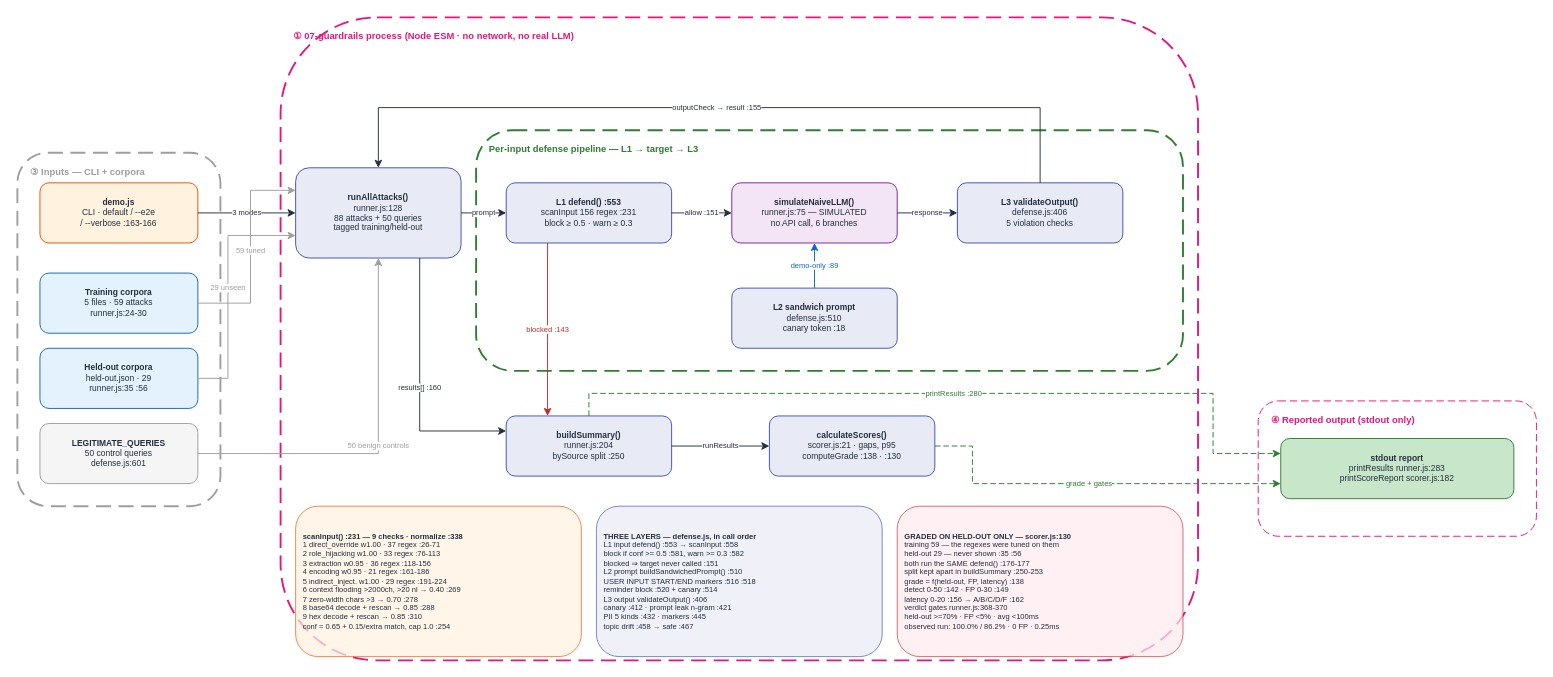
This is docs/diagrams/guardrails_v1/HOA_Guardrails_v1.drawio from gmaheshraju/Hands-on-AgenticAI, a draw.io file, before an edit. Source tidied: cells renumbered, new cells numbered last; positions are measured from the earlier drawing's top-left corner, leaving out a move shared by most shapes. Both pictures are drawn from the tidied source at 94%, with x=0, y=0 at pixel (17, 17).
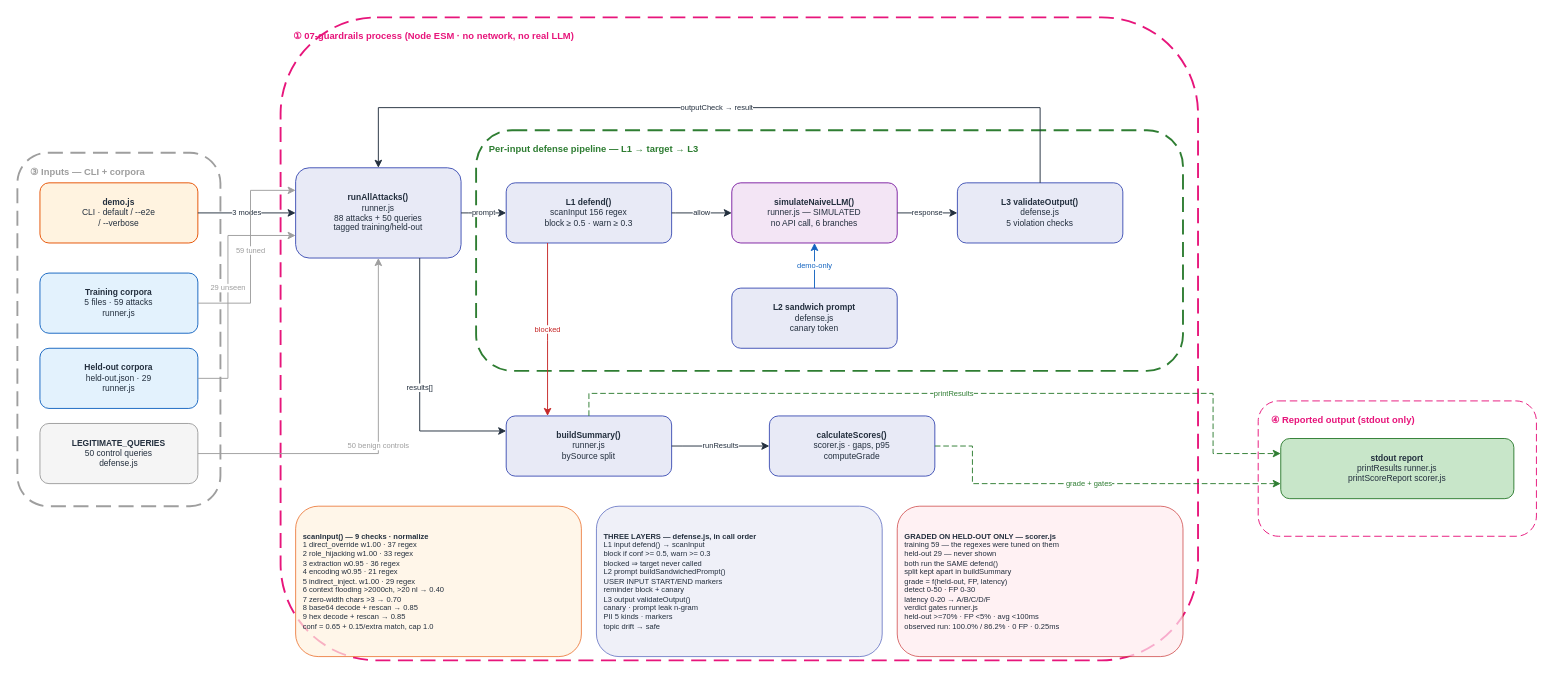
The same diagram, later.

What changed in the source:
```diff
@@
-    <mxCell id="10" value="&lt;b&gt;demo.js&lt;/b&gt;&lt;br&gt;CLI · default / --e2e&lt;br&gt;/ --verbose :163-166" style="rounded=1;fillColor=#FFF3E0;strokeColor=#E65100;fontSize=9;fontColor=#232F3E;html=1;whiteSpace=wrap;align=center;" parent="1" vertex="1">
+    <mxCell id="10" value="&lt;b&gt;demo.js&lt;/b&gt;&lt;br&gt;CLI · default / --e2e&lt;br&gt;/ --verbose" style="rounded=1;fillColor=#FFF3E0;strokeColor=#E65100;fontSize=9;fontColor=#232F3E;html=1;whiteSpace=wrap;align=center;" parent="1" vertex="1">
       <mxGeometry x="24" y="176" width="168" height="64" as="geometry" />
     </mxCell>
-    <mxCell id="11" value="&lt;b&gt;Training corpora&lt;/b&gt;&lt;br&gt;5 files · 59 attacks&lt;br&gt;runner.js:24-30" style="rounded=1;fillColor=#E3F2FD;strokeColor=#1565C0;fontSize=9;fontColor=#232F3E;html=1;whiteSpace=wrap;align=center;" parent="1" vertex="1">
+    <mxCell id="11" value="&lt;b&gt;Training corpora&lt;/b&gt;&lt;br&gt;5 files · 59 attacks&lt;br&gt;runner.js" style="rounded=1;fillColor=#E3F2FD;strokeColor=#1565C0;fontSize=9;fontColor=#232F3E;html=1;whiteSpace=wrap;align=center;" parent="1" vertex="1">
       <mxGeometry x="24" y="272" width="168" height="64" as="geometry" />
     </mxCell>
-    <mxCell id="12" value="&lt;b&gt;Held-out corpora&lt;/b&gt;&lt;br&gt;held-out.json · 29&lt;br&gt;runner.js:35 :56" style="rounded=1;fillColor=#E3F2FD;strokeColor=#1565C0;fontSize=9;fontColor=#232F3E;html=1;whiteSpace=wrap;align=center;" parent="1" vertex="1">
+    <mxCell id="12" value="&lt;b&gt;Held-out corpora&lt;/b&gt;&lt;br&gt;held-out.json · 29&lt;br&gt;runner.js" style="rounded=1;fillColor=#E3F2FD;strokeColor=#1565C0;fontSize=9;fontColor=#232F3E;html=1;whiteSpace=wrap;align=center;" parent="1" vertex="1">
       <mxGeometry x="24" y="352" width="168" height="64" as="geometry" />
     </mxCell>
-    <mxCell id="13" value="&lt;b&gt;LEGITIMATE_QUERIES&lt;/b&gt;&lt;br&gt;50 control queries&lt;br&gt;defense.js:601" style="rounded=1;fillColor=#F5F5F5;strokeColor=#9E9E9E;fontSize=9;fontColor=#232F3E;html=1;whiteSpace=wrap;align=center;" parent="1" vertex="1">
+    <mxCell id="13" value="&lt;b&gt;LEGITIMATE_QUERIES&lt;/b&gt;&lt;br&gt;50 control queries&lt;br&gt;defense.js" style="rounded=1;fillColor=#F5F5F5;strokeColor=#9E9E9E;fontSize=9;fontColor=#232F3E;html=1;whiteSpace=wrap;align=center;" parent="1" vertex="1">
       <mxGeometry x="24" y="432" width="168" height="64" as="geometry" />
     </mxCell>
-    <mxCell id="14" value="&lt;b&gt;runAllAttacks()&lt;/b&gt;&lt;br&gt;runner.js:128&lt;br&gt;88 attacks + 50 queries&lt;br&gt;tagged training/held-out" style="rounded=1;fillColor=#E8EAF6;strokeColor=#3F51B5;fontSize=9;fontColor=#232F3E;html=1;whiteSpace=wrap;align=center;" parent="1" vertex="1">
+    <mxCell id="14" value="&lt;b&gt;runAllAttacks()&lt;/b&gt;&lt;br&gt;runner.js&lt;br&gt;88 attacks + 50 queries&lt;br&gt;tagged training/held-out" style="rounded=1;fillColor=#E8EAF6;strokeColor=#3F51B5;fontSize=9;fontColor=#232F3E;html=1;whiteSpace=wrap;align=center;" parent="1" vertex="1">
       <mxGeometry x="296" y="160" width="176" height="96" as="geometry" />
     </mxCell>
-    <mxCell id="15" value="&lt;b&gt;L1 defend() :553&lt;/b&gt;&lt;br&gt;scanInput 156 regex :231&lt;br&gt;block ≥ 0.5 · warn ≥ 0.3" style="rounded=1;fillColor=#E8EAF6;strokeColor=#3F51B5;fontSize=9;fontColor=#232F3E;html=1;whiteSpace=wrap;align=center;" parent="1" vertex="1">
+    <mxCell id="15" value="&lt;b&gt;L1 defend()&lt;/b&gt;&lt;br&gt;scanInput 156 regex&lt;br&gt;block ≥ 0.5 · warn ≥ 0.3" style="rounded=1;fillColor=#E8EAF6;strokeColor=#3F51B5;fontSize=9;fontColor=#232F3E;html=1;whiteSpace=wrap;align=center;" parent="1" vertex="1">
       <mxGeometry x="520" y="176" width="176" height="64" as="geometry" />
     </mxCell>
-    <mxCell id="16" value="&lt;b&gt;simulateNaiveLLM()&lt;/b&gt;&lt;br&gt;runner.js:75 — SIMULATED&lt;br&gt;no API call, 6 branches" style="rounded=1;fillColor=#F3E5F5;strokeColor=#7B1FA2;fontSize=9;fontColor=#232F3E;html=1;whiteSpace=wrap;align=center;" parent="1" vertex="1">
+    <mxCell id="16" value="&lt;b&gt;simulateNaiveLLM()&lt;/b&gt;&lt;br&gt;runner.js — SIMULATED&lt;br&gt;no API call, 6 branches" style="rounded=1;fillColor=#F3E5F5;strokeColor=#7B1FA2;fontSize=9;fontColor=#232F3E;html=1;whiteSpace=wrap;align=center;" parent="1" vertex="1">
       <mxGeometry x="760" y="176" width="176" height="64" as="geometry" />
     </mxCell>
-    <mxCell id="17" value="&lt;b&gt;L3 validateOutput()&lt;/b&gt;&lt;br&gt;defense.js:406&lt;br&gt;5 violation checks" style="rounded=1;fillColor=#E8EAF6;strokeColor=#3F51B5;fontSize=9;fontColor=#232F3E;html=1;whiteSpace=wrap;align=center;" parent="1" vertex="1">
+    <mxCell id="17" value="&lt;b&gt;L3 validateOutput()&lt;/b&gt;&lt;br&gt;defense.js&lt;br&gt;5 violation checks" style="rounded=1;fillColor=#E8EAF6;strokeColor=#3F51B5;fontSize=9;fontColor=#232F3E;html=1;whiteSpace=wrap;align=center;" parent="1" vertex="1">
       <mxGeometry x="1000" y="176" width="176" height="64" as="geometry" />
     </mxCell>
-    <mxCell id="18" value="&lt;b&gt;L2 sandwich prompt&lt;/b&gt;&lt;br&gt;defense.js:510&lt;br&gt;canary token :18" style="rounded=1;fillColor=#E8EAF6;strokeColor=#3F51B5;fontSize=9;fontColor=#232F3E;html=1;whiteSpace=wrap;align=center;" parent="1" vertex="1">
+    <mxCell id="18" value="&lt;b&gt;L2 sandwich prompt&lt;/b&gt;&lt;br&gt;defense.js&lt;br&gt;canary token" style="rounded=1;fillColor=#E8EAF6;strokeColor=#3F51B5;fontSize=9;fontColor=#232F3E;html=1;whiteSpace=wrap;align=center;" parent="1" vertex="1">
       <mxGeometry x="760" y="288" width="176" height="64" as="geometry" />
     </mxCell>
-    <mxCell id="19" value="&lt;b&gt;buildSummary()&lt;/b&gt;&lt;br&gt;runner.js:204&lt;br&gt;bySource split :250" style="rounded=1;fillColor=#E8EAF6;strokeColor=#3F51B5;fontSize=9;fontColor=#232F3E;html=1;whiteSpace=wrap;align=center;" parent="1" vertex="1">
+    <mxCell id="19" value="&lt;b&gt;buildSummary()&lt;/b&gt;&lt;br&gt;runner.js&lt;br&gt;bySource split" style="rounded=1;fillColor=#E8EAF6;strokeColor=#3F51B5;fontSize=9;fontColor=#232F3E;html=1;whiteSpace=wrap;align=center;" parent="1" vertex="1">
       <mxGeometry x="520" y="424" width="176" height="64" as="geometry" />
     </mxCell>
-    <mxCell id="20" value="&lt;b&gt;calculateScores()&lt;/b&gt;&lt;br&gt;scorer.js:21 · gaps, p95&lt;br&gt;computeGrade :138 · :130" style="rounded=1;fillColor=#E8EAF6;strokeColor=#3F51B5;fontSize=9;fontColor=#232F3E;html=1;whiteSpace=wrap;align=center;" parent="1" vertex="1">
+    <mxCell id="20" value="&lt;b&gt;calculateScores()&lt;/b&gt;&lt;br&gt;scorer.js · gaps, p95&lt;br&gt;computeGrade" style="rounded=1;fillColor=#E8EAF6;strokeColor=#3F51B5;fontSize=9;fontColor=#232F3E;html=1;whiteSpace=wrap;align=center;" parent="1" vertex="1">
       <mxGeometry x="800" y="424" width="176" height="64" as="geometry" />
     </mxCell>
-    <mxCell id="21" value="&lt;b&gt;stdout report&lt;/b&gt;&lt;br&gt;printResults runner.js:283&lt;br&gt;printScoreReport scorer.js:182" style="rounded=1;fillColor=#C8E6C9;strokeColor=#2E7D32;fontSize=9;fontColor=#232F3E;html=1;whiteSpace=wrap;align=center;" parent="1" vertex="1">
+    <mxCell id="21" value="&lt;b&gt;stdout report&lt;/b&gt;&lt;br&gt;printResults runner.js&lt;br&gt;printScoreReport scorer.js" style="rounded=1;fillColor=#C8E6C9;strokeColor=#2E7D32;fontSize=9;fontColor=#232F3E;html=1;whiteSpace=wrap;align=center;" parent="1" vertex="1">
       <mxGeometry x="1344" y="448" width="248" height="64" as="geometry" />
     </mxCell>
-    <mxCell id="22" value="&lt;b&gt;scanInput() :231 — 9 checks · normalize :338&lt;/b&gt;&lt;br&gt;1 direct_override  w1.00 · 37 regex :26-71&lt;br&gt;2 role_hijacking   w1.00 · 33 regex :76-113&lt;br&gt;3 extraction       w0.95 · 36 regex :118-156&lt;br&gt;4 encoding         w0.95 · 21 regex :161-186&lt;br&gt;5 indirect_inject. w1.00 · 29 regex :191-224&lt;br&gt;6 context flooding &amp;gt;2000ch, &amp;gt;20 nl → 0.40 :269&lt;br&gt;7 zero-width chars &amp;gt;3 → 0.70 :278&lt;br&gt;8 base64 decode + rescan → 0.85 :288&lt;br&gt;9 hex decode + rescan → 0.85 :310&lt;br&gt;conf = 0.65 + 0.15/extra match, cap 1.0 :254" style="rounded=1;fillColor=#FFF3E0;strokeColor=#E65100;fontSize=8;fontColor=#232F3E;html=1;whiteSpace=wrap;align=left;spacingLeft=6;opacity=70;" parent="1" vertex="1">
+    <mxCell id="22" value="&lt;b&gt;scanInput() — 9 checks · normalize&lt;/b&gt;&lt;br&gt;1 direct_override w1.00 · 37 regex&lt;br&gt;2 role_hijacking w1.00 · 33 regex&lt;br&gt;3 extraction w0.95 · 36 regex&lt;br&gt;4 encoding w0.95 · 21 regex&lt;br&gt;5 indirect_inject. w1.00 · 29 regex&lt;br&gt;6 context flooding &amp;gt;2000ch, &amp;gt;20 nl → 0.40&lt;br&gt;7 zero-width chars &amp;gt;3 → 0.70&lt;br&gt;8 base64 decode + rescan → 0.85&lt;br&gt;9 hex decode + rescan → 0.85&lt;br&gt;conf = 0.65 + 0.15/extra match, cap 1.0" style="rounded=1;fillColor=#FFF3E0;strokeColor=#E65100;fontSize=8;fontColor=#232F3E;html=1;whiteSpace=wrap;align=left;spacingLeft=6;opacity=70;" parent="1" vertex="1">
       <mxGeometry x="296" y="520" width="304" height="160" as="geometry" />
     </mxCell>
-    <mxCell id="23" value="&lt;b&gt;THREE LAYERS — defense.js, in call order&lt;/b&gt;&lt;br&gt;L1 input   defend() :553 → scanInput :558&lt;br&gt;   block if conf &amp;gt;= 0.5 :581, warn &amp;gt;= 0.3 :582&lt;br&gt;   blocked ⇒ target never called :151&lt;br&gt;L2 prompt  buildSandwichedPrompt() :510&lt;br&gt;   USER INPUT START/END markers :516 :518&lt;br&gt;   reminder block :520 + canary :514&lt;br&gt;L3 output  validateOutput() :406&lt;br&gt;   canary :412 · prompt leak n-gram :421&lt;br&gt;   PII 5 kinds :432 · markers :445&lt;br&gt;   topic drift :458 → safe :467" style="rounded=1;fillColor=#E8EAF6;strokeColor=#3F51B5;fontSize=8;fontColor=#232F3E;html=1;whiteSpace=wrap;align=left;spacingLeft=6;opacity=70;" parent="1" vertex="1">
+    <mxCell id="23" value="&lt;b&gt;THREE LAYERS — defense.js, in call order&lt;/b&gt;&lt;br&gt;L1 input defend() → scanInput&lt;br&gt; block if conf &amp;gt;= 0.5, warn &amp;gt;= 0.3&lt;br&gt; blocked ⇒ target never called&lt;br&gt;L2 prompt buildSandwichedPrompt()&lt;br&gt; USER INPUT START/END markers&lt;br&gt; reminder block + canary&lt;br&gt;L3 output validateOutput()&lt;br&gt; canary · prompt leak n-gram&lt;br&gt; PII 5 kinds · markers&lt;br&gt; topic drift → safe" style="rounded=1;fillColor=#E8EAF6;strokeColor=#3F51B5;fontSize=8;fontColor=#232F3E;html=1;whiteSpace=wrap;align=left;spacingLeft=6;opacity=70;" parent="1" vertex="1">
       <mxGeometry x="616" y="520" width="304" height="160" as="geometry" />
     </mxCell>
-    <mxCell id="24" value="&lt;b&gt;GRADED ON HELD-OUT ONLY — scorer.js:130&lt;/b&gt;&lt;br&gt;training 59 — the regexes were tuned on them&lt;br&gt;held-out  29 — never shown :35 :56&lt;br&gt;both run the SAME defend() :176-177&lt;br&gt;split kept apart in buildSummary :250-253&lt;br&gt;grade = f(held-out, FP, latency) :138&lt;br&gt;  detect 0-50 :142 · FP 0-30 :149&lt;br&gt;  latency 0-20 :156 → A/B/C/D/F :162&lt;br&gt;verdict gates runner.js:368-370&lt;br&gt;  held-out &amp;gt;=70% · FP &amp;lt;5% · avg &amp;lt;100ms&lt;br&gt;observed run: 100.0% / 86.2% · 0 FP · 0.25ms" style="rounded=1;fillColor=#FFEBEE;strokeColor=#C62828;fontSize=8;fontColor=#232F3E;html=1;whiteSpace=wrap;align=left;spacingLeft=6;opacity=70;" parent="1" vertex="1">
+    <mxCell id="24" value="&lt;b&gt;GRADED ON HELD-OUT ONLY — scorer.js&lt;/b&gt;&lt;br&gt;training 59 — the regexes were tuned on them&lt;br&gt;held-out 29 — never shown&lt;br&gt;both run the SAME defend()&lt;br&gt;split kept apart in buildSummary&lt;br&gt;grade = f(held-out, FP, latency)&lt;br&gt; detect 0-50 · FP 0-30&lt;br&gt; latency 0-20 → A/B/C/D/F&lt;br&gt;verdict gates runner.js&lt;br&gt; held-out &amp;gt;=70% · FP &amp;lt;5% · avg &amp;lt;100ms&lt;br&gt;observed run: 100.0% / 86.2% · 0 FP · 0.25ms" style="rounded=1;fillColor=#FFEBEE;strokeColor=#C62828;fontSize=8;fontColor=#232F3E;html=1;whiteSpace=wrap;align=left;spacingLeft=6;opacity=70;" parent="1" vertex="1">
       <mxGeometry x="936" y="520" width="304" height="160" as="geometry" />
     </mxCell>
@@
-    <mxCell id="30" value="allow :151" style="edgeStyle=orthogonalEdgeStyle;rounded=0;html=1;strokeColor=#232F3E;fontColor=#232F3E;fontSize=8;exitX=1;exitY=0.5;exitDx=0;exitDy=0;entryX=0;entryY=0.5;entryDx=0;entryDy=0;" parent="1" edge="1" source="15" target="16">
+    <mxCell id="30" value="allow" style="edgeStyle=orthogonalEdgeStyle;rounded=0;html=1;strokeColor=#232F3E;fontColor=#232F3E;fontSize=8;exitX=1;exitY=0.5;exitDx=0;exitDy=0;entryX=0;entryY=0.5;entryDx=0;entryDy=0;" parent="1" edge="1" source="15" target="16">
       <mxGeometry relative="1" as="geometry">
         <Array as="points">
           <mxPoint x="700" y="208" />
         </Array>
       </mxGeometry>
     </mxCell>
-    <mxCell id="31" value="demo-only :89" style="edgeStyle=orthogonalEdgeStyle;rounded=0;html=1;strokeColor=#1565C0;fontColor=#1565C0;fontSize=8;exitX=0.5;exitY=0;exitDx=0;exitDy=0;entryX=0.5;entryY=1;entryDx=0;entryDy=0;" parent="1" edge="1" source="18" target="16">
+    <mxCell id="31" value="demo-only" style="edgeStyle=orthogonalEdgeStyle;rounded=0;html=1;strokeColor=#1565C0;fontColor=#1565C0;fontSize=8;exitX=0.5;exitY=0;exitDx=0;exitDy=0;entryX=0.5;entryY=1;entryDx=0;entryDy=0;" parent="1" edge="1" source="18" target="16">
       <mxGeometry relative="1" as="geometry">
         <Array as="points">
           <mxPoint x="848" y="264" />
         </Array>
       </mxGeometry>
     </mxCell>
@@
-    <mxCell id="33" value="outputCheck → result :155" style="edgeStyle=orthogonalEdgeStyle;rounded=0;html=1;strokeColor=#232F3E;fontColor=#232F3E;fontSize=8;exitX=0.5;exitY=0;exitDx=0;exitDy=0;entryX=0.5;entryY=0;entryDx=0;entryDy=0;" parent="1" edge="1" source="17" target="14">
+    <mxCell id="33" value="outputCheck → result" style="edgeStyle=orthogonalEdgeStyle;rounded=0;html=1;strokeColor=#232F3E;fontColor=#232F3E;fontSize=8;exitX=0.5;exitY=0;exitDx=0;exitDy=0;entryX=0.5;entryY=0;entryDx=0;entryDy=0;" parent="1" edge="1" source="17" target="14">
       <mxGeometry relative="1" as="geometry">
         <Array as="points">
           <mxPoint x="1088" y="96" />
           <mxPoint x="384" y="96" />
         </Array>
       </mxGeometry>
     </mxCell>
-    <mxCell id="34" value="blocked :143" style="edgeStyle=orthogonalEdgeStyle;rounded=0;html=1;strokeColor=#C62828;fontColor=#C62828;fontSize=8;exitX=0.25;exitY=1;exitDx=0;exitDy=0;entryX=0.25;entryY=0;entryDx=0;entryDy=0;" parent="1" edge="1" source="15" target="19">
+    <mxCell id="34" value="blocked" style="edgeStyle=orthogonalEdgeStyle;rounded=0;html=1;strokeColor=#C62828;fontColor=#C62828;fontSize=8;exitX=0.25;exitY=1;exitDx=0;exitDy=0;entryX=0.25;entryY=0;entryDx=0;entryDy=0;" parent="1" edge="1" source="15" target="19">
       <mxGeometry relative="1" as="geometry">
         <Array as="points">
           <mxPoint x="564" y="344" />
         </Array>
       </mxGeometry>
     </mxCell>
-    <mxCell id="35" value="results[] :160" style="edgeStyle=orthogonalEdgeStyle;rounded=0;html=1;strokeColor=#232F3E;fontColor=#232F3E;fontSize=8;exitX=0.75;exitY=1;exitDx=0;exitDy=0;entryX=0;entryY=0.25;entryDx=0;entryDy=0;" parent="1" edge="1" source="14" target="19">
+    <mxCell id="35" value="results[]" style="edgeStyle=orthogonalEdgeStyle;rounded=0;html=1;strokeColor=#232F3E;fontColor=#232F3E;fontSize=8;exitX=0.75;exitY=1;exitDx=0;exitDy=0;entryX=0;entryY=0.25;entryDx=0;entryDy=0;" parent="1" edge="1" source="14" target="19">
       <mxGeometry relative="1" as="geometry">
         <Array as="points">
           <mxPoint x="428" y="440" />
         </Array>
       </mxGeometry>
     </mxCell>
@@
-    <mxCell id="37" value="printResults :280" style="edgeStyle=orthogonalEdgeStyle;rounded=0;html=1;strokeColor=#2E7D32;fontColor=#2E7D32;fontSize=8;exitX=0.5;exitY=0;exitDx=0;exitDy=0;entryX=0;entryY=0.25;entryDx=0;entryDy=0;dashed=1;dashPattern=6 3;" parent="1" edge="1" source="19" target="21">
+    <mxCell id="37" value="printResults" style="edgeStyle=orthogonalEdgeStyle;rounded=0;html=1;strokeColor=#2E7D32;fontColor=#2E7D32;fontSize=8;exitX=0.5;exitY=0;exitDx=0;exitDy=0;entryX=0;entryY=0.25;entryDx=0;entryDy=0;dashed=1;dashPattern=6 3;" parent="1" edge="1" source="19" target="21">
       <mxGeometry relative="1" as="geometry">
         <Array as="points">
           <mxPoint x="608" y="400" />
           <mxPoint x="1272" y="400" />
           <mxPoint x="1272" y="464" />
         </Array>
       </mxGeometry>
     </mxCell>
```
